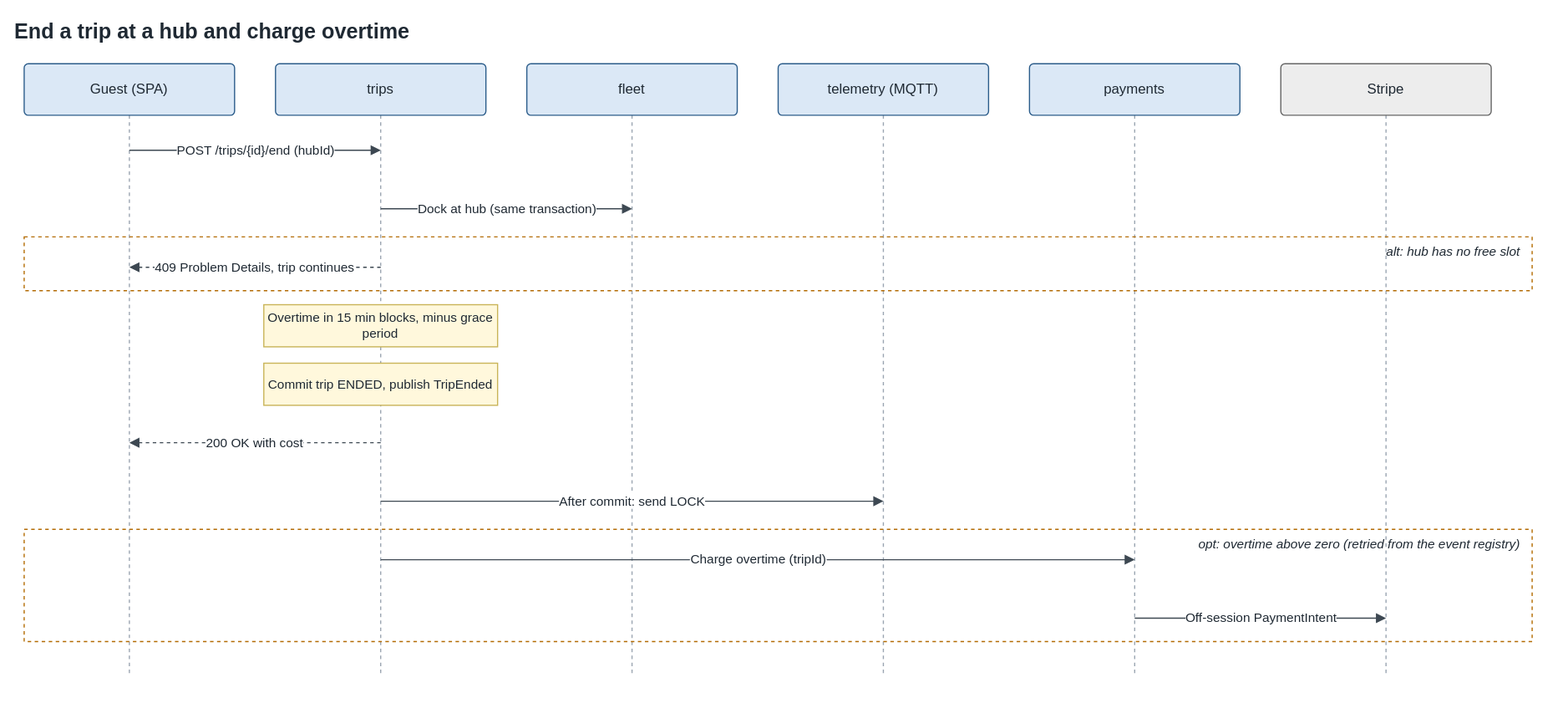
Above: docs/architecture/diagrams/07-seq-end-trip-overtime.drawio.svg in TQS-RiaRide/RIARide (draw.io), before the change. Source tidied: cells renumbered, new cells last; positions are measured from the earlier drawing's top-left corner, leaving out a move shared by most shapes. Source of this version:
```xml
<mxGraphModel background="#FFFFFF">
  <root>
    <mxCell id="0" />
    <mxCell id="1" parent="0" />
    <mxCell id="2" value="End a trip at a hub and charge overtime" style="html=1;whiteSpace=wrap;fontFamily=Helvetica;fontSize=12;fontColor=#1F2933;text;fillColor=none;strokeColor=none;align=left;fontSize=18;fontStyle=1;" parent="1" vertex="1">
      <mxGeometry width="1310" height="34" as="geometry" />
    </mxCell>
    <mxCell id="3" style="html=1;endArrow=none;dashed=1;strokeColor=#9AA5B1;rounded=0;" parent="1" edge="1">
      <mxGeometry relative="1" as="geometry">
        <mxPoint x="100" y="88" as="sourcePoint" />
        <mxPoint x="100" y="568" as="targetPoint" />
      </mxGeometry>
    </mxCell>
    <mxCell id="4" style="html=1;endArrow=none;dashed=1;strokeColor=#9AA5B1;rounded=0;" parent="1" edge="1">
      <mxGeometry relative="1" as="geometry">
        <mxPoint x="315" y="88" as="sourcePoint" />
        <mxPoint x="315" y="568" as="targetPoint" />
      </mxGeometry>
    </mxCell>
    <mxCell id="5" style="html=1;endArrow=none;dashed=1;strokeColor=#9AA5B1;rounded=0;" parent="1" edge="1">
      <mxGeometry relative="1" as="geometry">
        <mxPoint x="530" y="88" as="sourcePoint" />
        <mxPoint x="530" y="568" as="targetPoint" />
      </mxGeometry>
    </mxCell>
    <mxCell id="6" style="html=1;endArrow=none;dashed=1;strokeColor=#9AA5B1;rounded=0;" parent="1" edge="1">
      <mxGeometry relative="1" as="geometry">
        <mxPoint x="745" y="88" as="sourcePoint" />
        <mxPoint x="745" y="568" as="targetPoint" />
      </mxGeometry>
    </mxCell>
    <mxCell id="7" style="html=1;endArrow=none;dashed=1;strokeColor=#9AA5B1;rounded=0;" parent="1" edge="1">
      <mxGeometry relative="1" as="geometry">
        <mxPoint x="960" y="88" as="sourcePoint" />
        <mxPoint x="960" y="568" as="targetPoint" />
      </mxGeometry>
    </mxCell>
    <mxCell id="8" style="html=1;endArrow=none;dashed=1;strokeColor=#9AA5B1;rounded=0;" parent="1" edge="1">
      <mxGeometry relative="1" as="geometry">
        <mxPoint x="1175" y="88" as="sourcePoint" />
        <mxPoint x="1175" y="568" as="targetPoint" />
      </mxGeometry>
    </mxCell>
    <mxCell id="9" value="Guest (SPA)" style="html=1;whiteSpace=wrap;fontFamily=Helvetica;fontSize=12;fontColor=#1F2933;rounded=1;arcSize=8;fillColor=#DBE8F6;strokeColor=#2B5C8A;" parent="1" vertex="1">
      <mxGeometry x="10" y="44" width="180" height="44" as="geometry" />
    </mxCell>
    <mxCell id="10" value="trips" style="html=1;whiteSpace=wrap;fontFamily=Helvetica;fontSize=12;fontColor=#1F2933;rounded=1;arcSize=8;fillColor=#DBE8F6;strokeColor=#2B5C8A;" parent="1" vertex="1">
      <mxGeometry x="225" y="44" width="180" height="44" as="geometry" />
    </mxCell>
    <mxCell id="11" value="fleet" style="html=1;whiteSpace=wrap;fontFamily=Helvetica;fontSize=12;fontColor=#1F2933;rounded=1;arcSize=8;fillColor=#DBE8F6;strokeColor=#2B5C8A;" parent="1" vertex="1">
      <mxGeometry x="440" y="44" width="180" height="44" as="geometry" />
    </mxCell>
    <mxCell id="12" value="telemetry (MQTT)" style="html=1;whiteSpace=wrap;fontFamily=Helvetica;fontSize=12;fontColor=#1F2933;rounded=1;arcSize=8;fillColor=#DBE8F6;strokeColor=#2B5C8A;" parent="1" vertex="1">
      <mxGeometry x="655" y="44" width="180" height="44" as="geometry" />
    </mxCell>
    <mxCell id="13" value="payments" style="html=1;whiteSpace=wrap;fontFamily=Helvetica;fontSize=12;fontColor=#1F2933;rounded=1;arcSize=8;fillColor=#DBE8F6;strokeColor=#2B5C8A;" parent="1" vertex="1">
      <mxGeometry x="870" y="44" width="180" height="44" as="geometry" />
    </mxCell>
    <mxCell id="14" value="Stripe" style="html=1;whiteSpace=wrap;fontFamily=Helvetica;fontSize=12;fontColor=#1F2933;rounded=1;arcSize=8;fillColor=#EDEDED;strokeColor=#666666;" parent="1" vertex="1">
      <mxGeometry x="1085" y="44" width="180" height="44" as="geometry" />
    </mxCell>
    <mxCell id="15" value="POST /trips/{id}/end (hubId)" style="html=1;endArrow=block;endFill=1;strokeColor=#3D4852;fontFamily=Helvetica;fontSize=11;fontColor=#1F2933;labelBackgroundColor=#FFFFFF;rounded=0;" parent="1" edge="1">
      <mxGeometry relative="1" as="geometry">
        <mxPoint x="100" y="118" as="sourcePoint" />
        <mxPoint x="315" y="118" as="targetPoint" />
      </mxGeometry>
    </mxCell>
    <mxCell id="16" value="Dock at hub (same transaction)" style="html=1;endArrow=block;endFill=1;strokeColor=#3D4852;fontFamily=Helvetica;fontSize=11;fontColor=#1F2933;labelBackgroundColor=#FFFFFF;rounded=0;" parent="1" edge="1">
      <mxGeometry relative="1" as="geometry">
        <mxPoint x="315" y="168" as="sourcePoint" />
        <mxPoint x="530" y="168" as="targetPoint" />
      </mxGeometry>
    </mxCell>
    <mxCell id="17" value="alt: hub has no free slot" style="html=1;whiteSpace=wrap;fontFamily=Helvetica;fontSize=12;fontColor=#1F2933;rounded=0;fillColor=none;strokeColor=#B36B00;dashed=1;verticalAlign=top;align=right;spacingRight=8;fontSize=11;fontStyle=2;" parent="1" vertex="1">
      <mxGeometry x="10" y="192" width="1290" height="46" as="geometry" />
    </mxCell>
    <mxCell id="18" value="409 Problem Details, trip continues" style="html=1;endArrow=block;endFill=1;strokeColor=#3D4852;fontFamily=Helvetica;fontSize=11;fontColor=#1F2933;labelBackgroundColor=#FFFFFF;rounded=0;dashed=1;" parent="1" edge="1">
      <mxGeometry relative="1" as="geometry">
        <mxPoint x="315" y="218" as="sourcePoint" />
        <mxPoint x="100" y="218" as="targetPoint" />
      </mxGeometry>
    </mxCell>
    <mxCell id="19" value="Overtime in 15 min blocks, minus grace period" style="html=1;whiteSpace=wrap;fontFamily=Helvetica;fontSize=12;fontColor=#1F2933;rounded=0;fillColor=#FFF8DC;strokeColor=#C9B458;fontSize=11;" parent="1" vertex="1">
      <mxGeometry x="215" y="250" width="200" height="36" as="geometry" />
    </mxCell>
    <mxCell id="20" value="Commit trip ENDED, publish TripEnded" style="html=1;whiteSpace=wrap;fontFamily=Helvetica;fontSize=12;fontColor=#1F2933;rounded=0;fillColor=#FFF8DC;strokeColor=#C9B458;fontSize=11;" parent="1" vertex="1">
      <mxGeometry x="215" y="300" width="200" height="36" as="geometry" />
    </mxCell>
    <mxCell id="21" value="200 OK with cost" style="html=1;endArrow=block;endFill=1;strokeColor=#3D4852;fontFamily=Helvetica;fontSize=11;fontColor=#1F2933;labelBackgroundColor=#FFFFFF;rounded=0;dashed=1;" parent="1" edge="1">
      <mxGeometry relative="1" as="geometry">
        <mxPoint x="315" y="368" as="sourcePoint" />
        <mxPoint x="100" y="368" as="targetPoint" />
      </mxGeometry>
    </mxCell>
    <mxCell id="22" value="After commit: send LOCK" style="html=1;endArrow=block;endFill=1;strokeColor=#3D4852;fontFamily=Helvetica;fontSize=11;fontColor=#1F2933;labelBackgroundColor=#FFFFFF;rounded=0;" parent="1" edge="1">
      <mxGeometry relative="1" as="geometry">
        <mxPoint x="315" y="418" as="sourcePoint" />
        <mxPoint x="745" y="418" as="targetPoint" />
      </mxGeometry>
    </mxCell>
    <mxCell id="23" value="opt: overtime above zero (retried from the event registry)" style="html=1;whiteSpace=wrap;fontFamily=Helvetica;fontSize=12;fontColor=#1F2933;rounded=0;fillColor=none;strokeColor=#B36B00;dashed=1;verticalAlign=top;align=right;spacingRight=8;fontSize=11;fontStyle=2;" parent="1" vertex="1">
      <mxGeometry x="10" y="442" width="1290" height="96" as="geometry" />
    </mxCell>
    <mxCell id="24" value="Charge overtime (tripId)" style="html=1;endArrow=block;endFill=1;strokeColor=#3D4852;fontFamily=Helvetica;fontSize=11;fontColor=#1F2933;labelBackgroundColor=#FFFFFF;rounded=0;" parent="1" edge="1">
      <mxGeometry relative="1" as="geometry">
        <mxPoint x="315" y="468" as="sourcePoint" />
        <mxPoint x="960" y="468" as="targetPoint" />
      </mxGeometry>
    </mxCell>
    <mxCell id="25" value="Off-session PaymentIntent" style="html=1;endArrow=block;endFill=1;strokeColor=#3D4852;fontFamily=Helvetica;fontSize=11;fontColor=#1F2933;labelBackgroundColor=#FFFFFF;rounded=0;" parent="1" edge="1">
      <mxGeometry relative="1" as="geometry">
        <mxPoint x="960" y="518" as="sourcePoint" />
        <mxPoint x="1175" y="518" as="targetPoint" />
      </mxGeometry>
    </mxCell>
  </root>
</mxGraphModel>
```
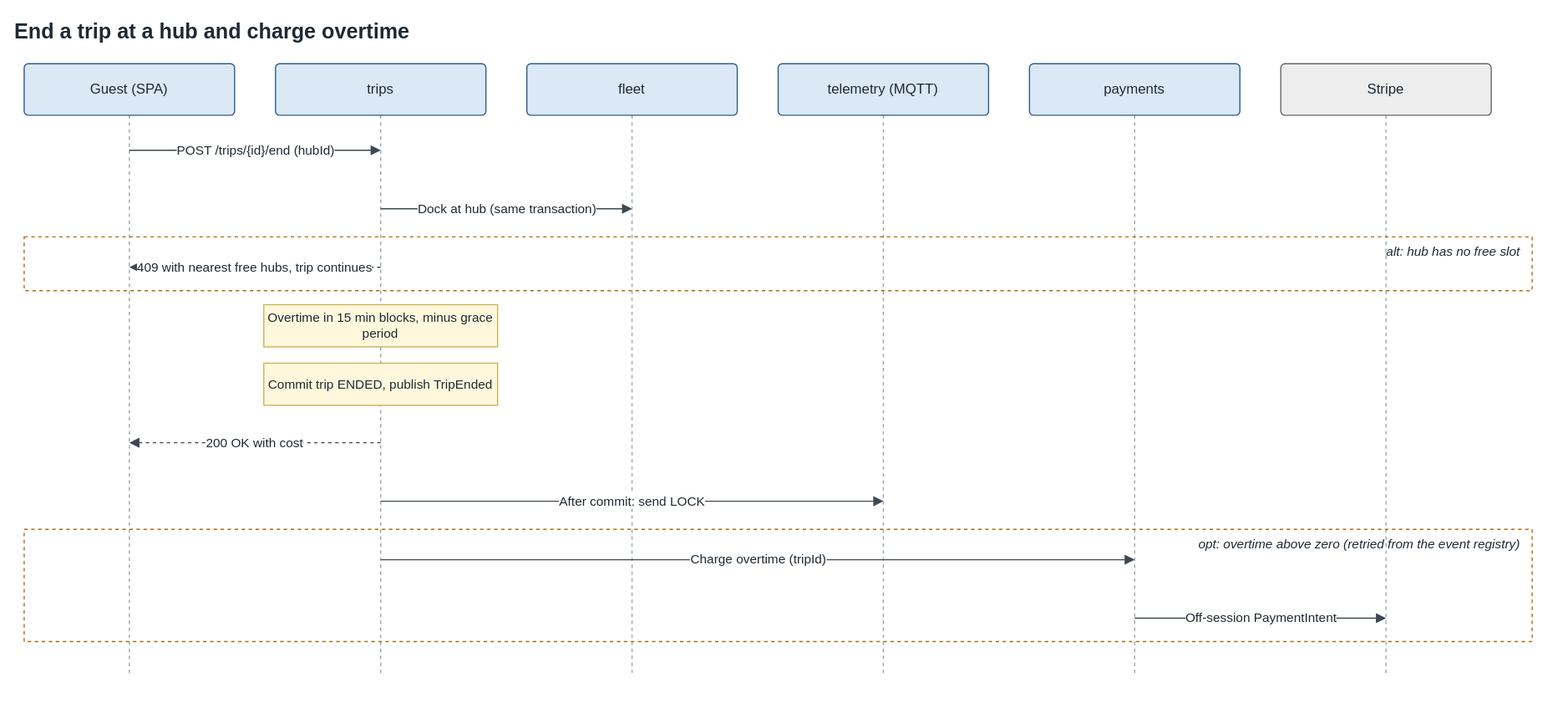
Above is the later version.

Commit message:
docs: RIA-10 RIA-11 add hub position for the nearest free hubs

The edit, as a diff of the source:
```diff
@@ -74,7 +74,7 @@
     <mxCell id="17" value="alt: hub has no free slot" style="html=1;whiteSpace=wrap;fontFamily=Helvetica;fontSize=12;fontColor=#1F2933;rounded=0;fillColor=none;strokeColor=#B36B00;dashed=1;verticalAlign=top;align=right;spacingRight=8;fontSize=11;fontStyle=2;" parent="1" vertex="1">
       <mxGeometry x="10" y="192" width="1290" height="46" as="geometry" />
     </mxCell>
-    <mxCell id="18" value="409 Problem Details, trip continues" style="html=1;endArrow=block;endFill=1;strokeColor=#3D4852;fontFamily=Helvetica;fontSize=11;fontColor=#1F2933;labelBackgroundColor=#FFFFFF;rounded=0;dashed=1;" parent="1" edge="1">
+    <mxCell id="18" value="409 with nearest free hubs, trip continues" style="html=1;endArrow=block;endFill=1;strokeColor=#3D4852;fontFamily=Helvetica;fontSize=11;fontColor=#1F2933;labelBackgroundColor=#FFFFFF;rounded=0;dashed=1;" parent="1" edge="1">
       <mxGeometry relative="1" as="geometry">
         <mxPoint x="315" y="218" as="sourcePoint" />
         <mxPoint x="100" y="218" as="targetPoint" />
```
